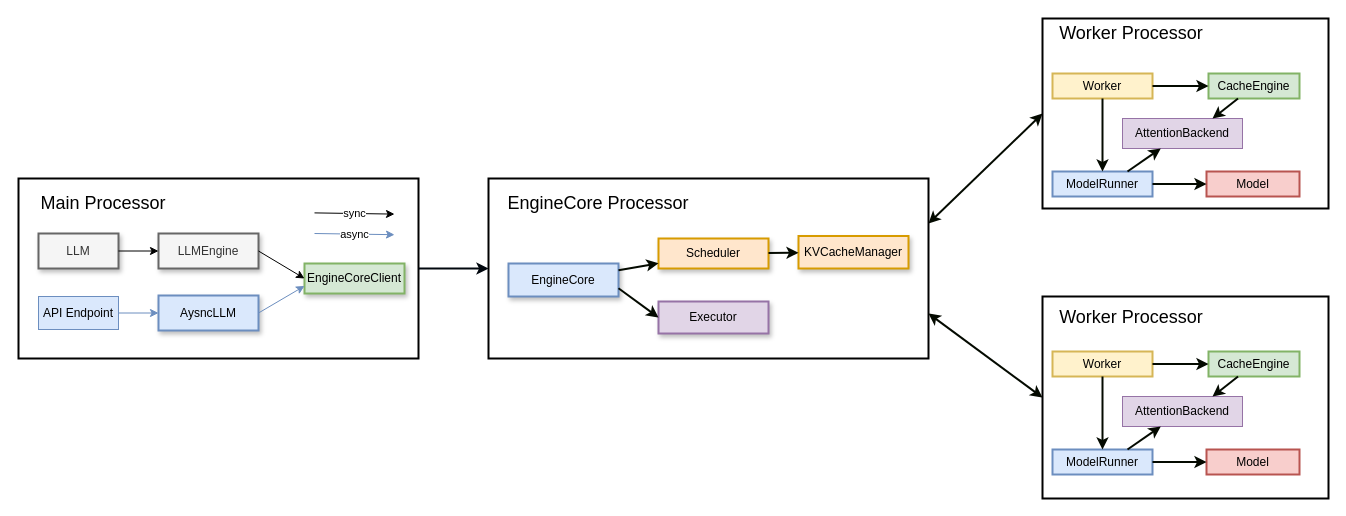
This is page "Overview" (1 of 9) of vllm/engine/vllm.drawio from chaojun-zhang/vllm, a draw.io file, before an edit. Source tidied: cells renumbered, new cells numbered last; positions are measured from the earlier drawing's top-left corner, leaving out a move shared by most shapes. Both pictures are drawn from the tidied source at 100%, with x=0, y=0 at pixel (18, 18).
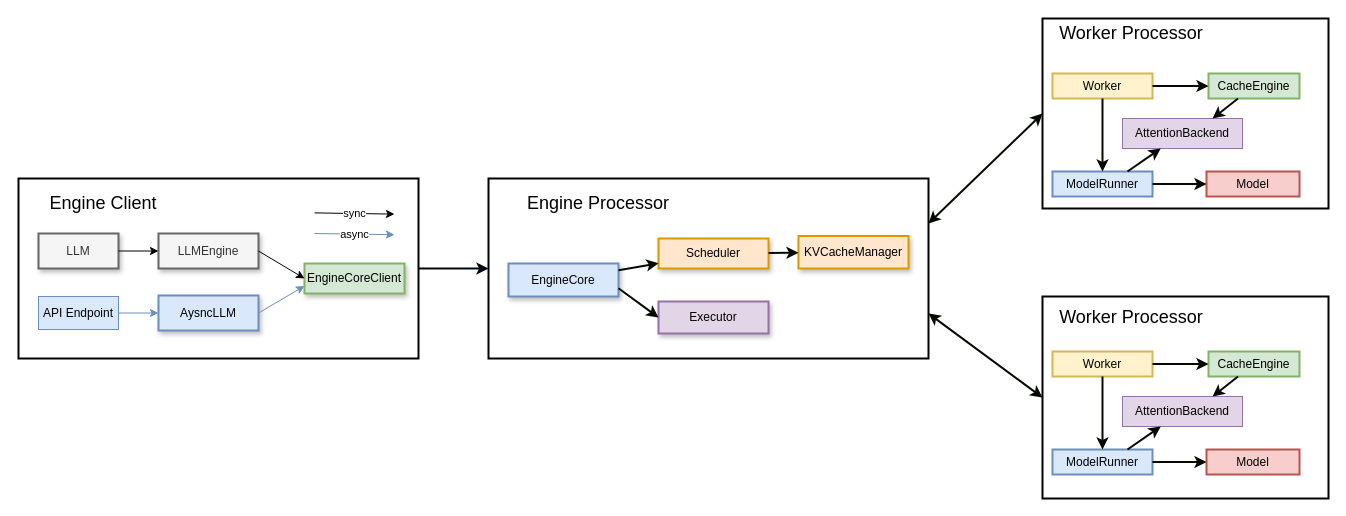
After the change.

Change to the diagram source:
```diff
@@
-    <mxCell id="8" value="Main Processor" style="text;html=1;align=center;verticalAlign=middle;whiteSpace=wrap;rounded=0;strokeWidth=3;fillColor=default;fontSize=18;" parent="1" vertex="1">
+    <mxCell id="8" value="Engine Client" style="text;html=1;align=center;verticalAlign=middle;whiteSpace=wrap;rounded=0;strokeWidth=3;fillColor=default;fontSize=18;" parent="1" vertex="1">
       <mxGeometry x="20" y="170" width="130" height="30" as="geometry" />
     </mxCell>
-    <mxCell id="9" value="EngineCore Processor" style="text;html=1;align=center;verticalAlign=middle;whiteSpace=wrap;rounded=0;fontSize=18;" parent="1" vertex="1">
+    <mxCell id="9" value="Engine Processor" style="text;html=1;align=center;verticalAlign=middle;whiteSpace=wrap;rounded=0;fontSize=18;" parent="1" vertex="1">
       <mxGeometry x="480" y="170" width="200" height="30" as="geometry" />
     </mxCell>
```
